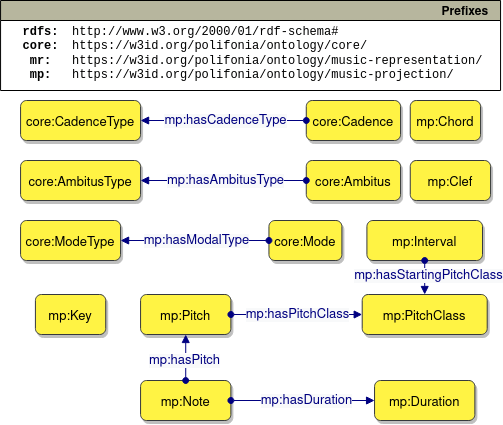
Above: diagrams/main_concepts.png in polifonia-project/music-projection-ontology (draw.io), before the change. Source tidied: cells renumbered, new cells last; positions are measured from the earlier drawing's top-left corner, leaving out a move shared by most shapes.
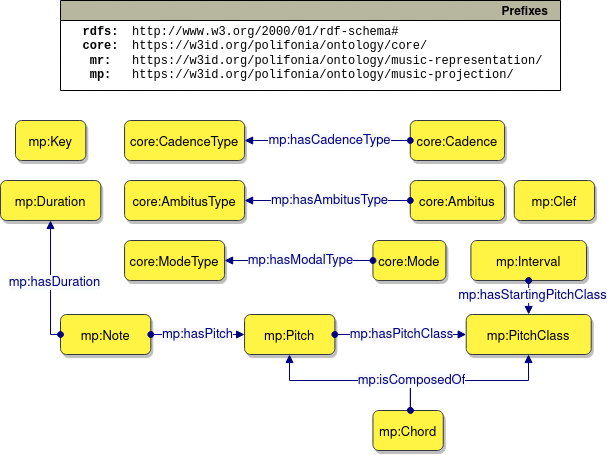
The same file after the commit.

Diff of the diagram source:
```diff
@@ -2,128 +2,154 @@
   <root>
     <mxCell id="0" />
     <mxCell id="1" parent="0" />
-    <mxCell id="2" value="mp:Note" style="graphMlID=n4;shape=rect;rounded=1;arcsize=30;fillColor=#FFF344;strokeColor=#36393d;strokeWidth=1.0;fontFamily=Helvetica;fontSize=13;shadow=1;" parent="1" vertex="1">
-      <mxGeometry x="140.1" y="380" width="90.3" height="40" as="geometry" />
+    <mxCell id="2" style="graphMlID=e0;rounded=0;endArrow=block;strokeColor=#000080;strokeWidth=1.0;startArrow=oval;startFill=1;endFill=1;edgeStyle=orthogonalEdgeStyle;fontFamily=Helvetica;" parent="1" edge="1" target="8">
+      <mxGeometry relative="1" as="geometry">
+        <mxPoint x="305.8" y="390" as="sourcePoint" />
+        <Array as="points">
+          <mxPoint x="306" y="360" />
+          <mxPoint x="424" y="360" />
+        </Array>
+      </mxGeometry>
     </mxCell>
-    <mxCell id="3" value="Prefixes" style="graphMlID=n0;shape=swimlane;startSize=20;fillColor=#b7b69e;strokeColor=#000000;strokeWidth=1.0;align=right;spacingRight=10;fontStyle=1;fontFamily=Helvetica;" parent="1" vertex="1">
-      <mxGeometry x="0.1" width="500" height="90" as="geometry" />
+    <mxCell id="3" value="mp:Note" style="graphMlID=n4;shape=rect;rounded=1;arcsize=30;fillColor=#FFF344;strokeColor=#36393d;strokeWidth=1.0;fontFamily=Helvetica;fontSize=13;shadow=1;" parent="1" vertex="1">
+      <mxGeometry x="-44" y="294" width="90.3" height="40" as="geometry" />
     </mxCell>
-    <mxCell id="4" value="&lt;div&gt;&lt;font style=&quot;font-weight: bold;&quot;&gt;rdfs:&lt;/font&gt;&lt;/div&gt;&lt;div&gt;&lt;font style=&quot;font-weight: bold;&quot;&gt;core:&lt;br&gt;&lt;/font&gt;&lt;/div&gt;&lt;b&gt;&lt;font&gt;mr:&lt;/font&gt;&lt;/b&gt;&lt;br&gt;&lt;b&gt;&lt;font&gt;mp:&lt;/font&gt;&lt;/b&gt;" style="text;html=1;align=center;verticalAlign=middle;fontFamily=Courier New;" parent="3" vertex="1">
-      <mxGeometry x="10" y="18" width="60" height="70" as="geometry" />
+    <mxCell id="4" value="Prefixes" style="graphMlID=n0;shape=swimlane;startSize=20;fillColor=#b7b69e;strokeColor=#000000;strokeWidth=1.0;align=right;spacingRight=10;fontStyle=1;fontFamily=Helvetica;" parent="1" vertex="1">
+      <mxGeometry x="-44" y="-20" width="500" height="90" as="geometry" />
     </mxCell>
-    <mxCell id="5" value="&lt;div&gt;&lt;font&gt;http://www.w3.org/2000/01/rdf-schema#&lt;/font&gt;&lt;span style=&quot;background-color: initial;&quot;&gt;&lt;br&gt;&lt;/span&gt;&lt;/div&gt;&lt;div&gt;&lt;font&gt;https://w3id.org/polifonia/ontology/core/&lt;/font&gt;&lt;/div&gt;&lt;div&gt;&lt;/div&gt;&lt;font&gt;https://w3id.org/polifonia/ontology/music-representation/&lt;br&gt;&lt;/font&gt;&lt;font&gt;https://w3id.org/polifonia/ontology/music-projection/&lt;/font&gt;" style="text;html=1;align=left;verticalAlign=middle;fontFamily=Courier New;" parent="3" vertex="1">
-      <mxGeometry x="70" y="18" width="430" height="70" as="geometry" />
+    <mxCell id="5" value="&lt;div&gt;&lt;font style=&quot;font-weight: bold;&quot;&gt;rdfs:&lt;/font&gt;&lt;/div&gt;&lt;div&gt;&lt;font style=&quot;font-weight: bold;&quot;&gt;core:&lt;br&gt;&lt;/font&gt;&lt;/div&gt;&lt;b&gt;&lt;font&gt;mr:&lt;/font&gt;&lt;/b&gt;&lt;br&gt;&lt;b&gt;&lt;font&gt;mp:&lt;/font&gt;&lt;/b&gt;" style="text;html=1;align=center;verticalAlign=middle;fontFamily=Courier New;" parent="4" vertex="1">
+      <mxGeometry x="10" y="18" width="60" height="70" as="geometry" />
     </mxCell>
-    <mxCell id="6" value="mp:Interval" style="graphMlID=n4;shape=rect;rounded=1;arcsize=30;fillColor=#FFF344;strokeColor=#36393d;strokeWidth=1.0;fontFamily=Helvetica;fontSize=13;shadow=1;" parent="1" vertex="1">
-      <mxGeometry x="366.4" y="220" width="115.6" height="40" as="geometry" />
+    <mxCell id="6" value="&lt;div&gt;&lt;font&gt;http://www.w3.org/2000/01/rdf-schema#&lt;/font&gt;&lt;span style=&quot;background-color: initial;&quot;&gt;&lt;br&gt;&lt;/span&gt;&lt;/div&gt;&lt;div&gt;&lt;font&gt;https://w3id.org/polifonia/ontology/core/&lt;/font&gt;&lt;/div&gt;&lt;div&gt;&lt;/div&gt;&lt;font&gt;https://w3id.org/polifonia/ontology/music-representation/&lt;br&gt;&lt;/font&gt;&lt;font&gt;https://w3id.org/polifonia/ontology/music-projection/&lt;/font&gt;" style="text;html=1;align=left;verticalAlign=middle;points=[];fontFamily=Courier New;" parent="4" vertex="1">
+      <mxGeometry x="70" y="18" width="430" height="70" as="geometry" />
     </mxCell>
-    <mxCell id="7" value="mp:PitchClass" style="graphMlID=n4;shape=rect;rounded=1;arcsize=30;fillColor=#FFF344;strokeColor=#36393d;strokeWidth=1.0;fontFamily=Helvetica;fontSize=13;shadow=1;" parent="1" vertex="1">
-      <mxGeometry x="361.7" y="294" width="125" height="40" as="geometry" />
+    <mxCell id="7" value="mp:Interval" style="graphMlID=n4;shape=rect;rounded=1;arcsize=30;fillColor=#FFF344;strokeColor=#36393d;strokeWidth=1.0;fontFamily=Helvetica;fontSize=13;shadow=1;" parent="1" vertex="1">
+      <mxGeometry x="366.4" y="220" width="115.6" height="40" as="geometry" />
     </mxCell>
-    <mxCell id="8" value="mp:Pitch" style="graphMlID=n4;shape=rect;rounded=1;arcsize=30;fillColor=#FFF344;strokeColor=#36393d;strokeWidth=1.0;fontFamily=Helvetica;fontSize=13;shadow=1;" parent="1" vertex="1">
-      <mxGeometry x="140.1" y="294" width="90.3" height="40" as="geometry" />
+    <mxCell id="8" value="mp:PitchClass" style="graphMlID=n4;shape=rect;rounded=1;arcsize=30;fillColor=#FFF344;strokeColor=#36393d;strokeWidth=1.0;fontFamily=Helvetica;fontSize=13;shadow=1;" parent="1" vertex="1">
+      <mxGeometry x="361.7" y="294" width="125" height="40" as="geometry" />
     </mxCell>
-    <mxCell id="9" style="graphMlID=e0;rounded=0;endArrow=block;strokeColor=#000080;strokeWidth=1.0;startArrow=oval;startFill=1;endFill=1;edgeStyle=orthogonalEdgeStyle;fontFamily=Helvetica;" parent="1" edge="1" source="8" target="7">
-      <mxGeometry relative="1" as="geometry">
-        <Array as="points">
-          <mxPoint x="216.4" y="314" />
-          <mxPoint x="216.4" y="314" />
-        </Array>
-      </mxGeometry>
+    <mxCell id="9" value="mp:Pitch" style="graphMlID=n4;shape=rect;rounded=1;arcsize=30;fillColor=#FFF344;strokeColor=#36393d;strokeWidth=1.0;fontFamily=Helvetica;fontSize=13;shadow=1;" parent="1" vertex="1">
+      <mxGeometry x="140.1" y="294" width="90.3" height="40" as="geometry" />
     </mxCell>
-    <mxCell id="10" value="&lt;span style=&quot;color: rgb(0, 0, 128); font-size: 13px; background-color: rgb(248, 249, 250);&quot;&gt;mp:hasPitchClass&lt;/span&gt;" style="text;html=1;align=center;verticalAlign=middle;labelBackgroundColor=#ffffff;fontSize=13;fontFamily=Helvetica;" parent="9" vertex="1">
-      <mxGeometry x="-0.02" y="2" relative="1" as="geometry">
-        <mxPoint x="2" y="2" as="offset" />
+    <mxCell id="10" style="graphMlID=e0;rounded=0;endArrow=block;strokeColor=#000080;strokeWidth=1.0;startArrow=oval;startFill=1;endFill=1;edgeStyle=orthogonalEdgeStyle;fontFamily=Helvetica;" parent="1" edge="1" source="9" target="8">
+      <mxGeometry relative="1" as="geometry">
+        <Array as="points">
+          <mxPoint x="216.4" y="314" />
+          <mxPoint x="216.4" y="314" />
+        </Array>
       </mxGeometry>
     </mxCell>
-    <mxCell id="11" style="graphMlID=e0;rounded=0;endArrow=block;strokeColor=#000080;strokeWidth=1.0;startArrow=oval;startFill=1;endFill=1;edgeStyle=orthogonalEdgeStyle;fontFamily=Helvetica;" parent="1" edge="1" source="2" target="8">
-      <mxGeometry relative="1" as="geometry">
-        <Array as="points">
-          <mxPoint x="156.4" y="384" />
-          <mxPoint x="156.4" y="384" />
-        </Array>
+    <mxCell id="11" value="&lt;span style=&quot;color: rgb(0, 0, 128); font-size: 13px; background-color: rgb(248, 249, 250);&quot;&gt;mp:hasPitchClass&lt;/span&gt;" style="text;html=1;align=center;verticalAlign=middle;labelBackgroundColor=#ffffff;fontSize=13;fontFamily=Helvetica;" parent="10" vertex="1">
+      <mxGeometry x="-0.02" y="2" relative="1" as="geometry">
+        <mxPoint x="2" y="2" as="offset" />
       </mxGeometry>
     </mxCell>
-    <mxCell id="12" value="&lt;span style=&quot;color: rgb(0, 0, 128); font-size: 13px; background-color: rgb(248, 249, 250);&quot;&gt;mp:hasPitch&lt;/span&gt;" style="text;html=1;align=center;verticalAlign=middle;labelBackgroundColor=#ffffff;fontSize=13;fontFamily=Helvetica;" parent="11" vertex="1">
-      <mxGeometry x="-0.02" y="2" relative="1" as="geometry">
-        <mxPoint y="2" as="offset" />
+    <mxCell id="12" style="graphMlID=e0;rounded=0;endArrow=block;strokeColor=#000080;strokeWidth=1.0;startArrow=oval;startFill=1;endFill=1;edgeStyle=orthogonalEdgeStyle;fontFamily=Helvetica;" parent="1" edge="1" source="3" target="9">
+      <mxGeometry relative="1" as="geometry">
+        <Array as="points">
+          <mxPoint x="86" y="314" />
+          <mxPoint x="86" y="314" />
+        </Array>
       </mxGeometry>
     </mxCell>
-    <mxCell id="13" value="mp:Duration" style="graphMlID=n4;shape=rect;rounded=1;arcsize=30;fillColor=#FFF344;strokeColor=#36393d;strokeWidth=1.0;fontFamily=Helvetica;fontSize=13;shadow=1;" parent="1" vertex="1">
-      <mxGeometry x="374.1" y="380" width="100.3" height="40" as="geometry" />
+    <mxCell id="13" value="&lt;span style=&quot;color: rgb(0, 0, 128); font-size: 13px; background-color: rgb(248, 249, 250);&quot;&gt;mp:hasPitch&lt;/span&gt;" style="text;html=1;align=center;verticalAlign=middle;points=[];labelBackgroundColor=#ffffff;fontSize=13;fontFamily=Helvetica;" parent="12" vertex="1">
+      <mxGeometry x="-0.02" y="2" relative="1" as="geometry">
+        <mxPoint y="2" as="offset" />
+      </mxGeometry>
     </mxCell>
-    <mxCell id="14" style="graphMlID=e0;rounded=0;endArrow=block;strokeColor=#000080;strokeWidth=1.0;startArrow=oval;startFill=1;endFill=1;edgeStyle=orthogonalEdgeStyle;fontFamily=Helvetica;" parent="1" edge="1" source="2" target="13">
-      <mxGeometry relative="1" as="geometry" />
+    <mxCell id="14" value="mp:Duration" style="graphMlID=n4;shape=rect;rounded=1;arcsize=30;fillColor=#FFF344;strokeColor=#36393d;strokeWidth=1.0;fontFamily=Helvetica;fontSize=13;shadow=1;" parent="1" vertex="1">
+      <mxGeometry x="-104" y="160" width="100.3" height="40" as="geometry" />
     </mxCell>
-    <mxCell id="15" value="&lt;span style=&quot;color: rgb(0, 0, 128); font-size: 13px; background-color: rgb(248, 249, 250);&quot;&gt;mp:hasDuration&lt;/span&gt;" style="text;html=1;align=center;verticalAlign=middle;labelBackgroundColor=#ffffff;fontSize=13;fontFamily=Helvetica;" parent="14" vertex="1">
-      <mxGeometry x="-0.02" y="2" relative="1" as="geometry">
-        <mxPoint x="5" y="2" as="offset" />
+    <mxCell id="15" style="graphMlID=e0;rounded=0;endArrow=block;strokeColor=#000080;strokeWidth=1.0;startArrow=oval;startFill=1;endFill=1;edgeStyle=orthogonalEdgeStyle;fontFamily=Helvetica;" parent="1" edge="1" source="3" target="14">
+      <mxGeometry relative="1" as="geometry">
+        <Array as="points">
+          <mxPoint x="-54" y="314" />
+        </Array>
       </mxGeometry>
     </mxCell>
-    <mxCell id="16" value="mp:Clef" style="graphMlID=n4;shape=rect;rounded=1;arcsize=30;fillColor=#FFF344;strokeColor=#36393d;strokeWidth=1.0;fontFamily=Helvetica;fontSize=13;shadow=1;" parent="1" vertex="1">
-      <mxGeometry x="409.8" y="160" width="80.3" height="40" as="geometry" />
+    <mxCell id="16" value="&lt;span style=&quot;color: rgb(0, 0, 128); font-size: 13px; background-color: rgb(248, 249, 250);&quot;&gt;mp:hasDuration&lt;/span&gt;" style="text;html=1;align=center;verticalAlign=middle;labelBackgroundColor=#ffffff;fontSize=13;fontFamily=Helvetica;" parent="15" vertex="1">
+      <mxGeometry x="-0.02" y="2" relative="1" as="geometry">
+        <mxPoint x="6" y="-2" as="offset" />
+      </mxGeometry>
     </mxCell>
-    <mxCell id="17" value="core:Mode" style="graphMlID=n4;shape=rect;rounded=1;arcsize=30;fillColor=#FFF344;strokeColor=#36393d;strokeWidth=1.0;fontFamily=Helvetica;fontSize=13;shadow=1;" parent="1" vertex="1">
-      <mxGeometry x="268.4" y="220" width="73" height="40" as="geometry" />
+    <mxCell id="17" value="mp:Clef" style="graphMlID=n4;shape=rect;rounded=1;arcsize=30;fillColor=#FFF344;strokeColor=#36393d;strokeWidth=1.0;fontFamily=Helvetica;fontSize=13;shadow=1;" parent="1" vertex="1">
+      <mxGeometry x="409.8" y="160" width="80.3" height="40" as="geometry" />
     </mxCell>
-    <mxCell id="18" value="core:ModeType" style="graphMlID=n4;shape=rect;rounded=1;arcsize=30;fillColor=#FFF344;strokeColor=#36393d;strokeWidth=1.0;fontFamily=Helvetica;fontSize=13;shadow=1;" parent="1" vertex="1">
-      <mxGeometry x="20.1" y="220" width="100" height="40" as="geometry" />
+    <mxCell id="18" value="core:Mode" style="graphMlID=n4;shape=rect;rounded=1;arcsize=30;fillColor=#FFF344;strokeColor=#36393d;strokeWidth=1.0;fontFamily=Helvetica;fontSize=13;shadow=1;" parent="1" vertex="1">
+      <mxGeometry x="268.4" y="220" width="73" height="40" as="geometry" />
     </mxCell>
-    <mxCell id="19" style="graphMlID=e0;rounded=0;endArrow=block;strokeColor=#000080;strokeWidth=1.0;startArrow=oval;startFill=1;endFill=1;edgeStyle=orthogonalEdgeStyle;fontFamily=Helvetica;" parent="1" edge="1" source="17" target="18">
-      <mxGeometry relative="1" as="geometry" />
+    <mxCell id="19" value="core:ModeType" style="graphMlID=n4;shape=rect;rounded=1;arcsize=30;fillColor=#FFF344;strokeColor=#36393d;strokeWidth=1.0;fontFamily=Helvetica;fontSize=13;shadow=1;" parent="1" vertex="1">
+      <mxGeometry x="20.1" y="220" width="100" height="40" as="geometry" />
     </mxCell>
-    <mxCell id="20" value="&lt;span style=&quot;color: rgb(0, 0, 128); font-size: 13px; background-color: rgb(248, 249, 250);&quot;&gt;mp:hasModalType&lt;/span&gt;" style="text;html=1;align=center;verticalAlign=middle;labelBackgroundColor=#ffffff;fontSize=13;fontFamily=Helvetica;" parent="19" vertex="1">
-      <mxGeometry x="-0.02" y="2" relative="1" as="geometry">
-        <mxPoint y="-2" as="offset" />
-      </mxGeometry>
+    <mxCell id="20" style="graphMlID=e0;rounded=0;endArrow=block;strokeColor=#000080;strokeWidth=1.0;startArrow=oval;startFill=1;endFill=1;edgeStyle=orthogonalEdgeStyle;fontFamily=Helvetica;" parent="1" edge="1" source="18" target="19">
+      <mxGeometry relative="1" as="geometry" />
     </mxCell>
-    <mxCell id="21" value="core:Cadence" style="graphMlID=n4;shape=rect;rounded=1;arcsize=30;fillColor=#FFF344;strokeColor=#36393d;strokeWidth=1.0;fontFamily=Helvetica;fontSize=13;shadow=1;" parent="1" vertex="1">
-      <mxGeometry x="305.8" y="100" width="94.3" height="40" as="geometry" />
+    <mxCell id="21" value="&lt;span style=&quot;color: rgb(0, 0, 128); font-size: 13px; background-color: rgb(248, 249, 250);&quot;&gt;mp:hasModalType&lt;/span&gt;" style="text;html=1;align=center;verticalAlign=middle;points=[];labelBackgroundColor=#ffffff;fontSize=13;fontFamily=Helvetica;" parent="20" vertex="1">
+      <mxGeometry x="-0.02" y="2" relative="1" as="geometry">
+        <mxPoint y="-2" as="offset" />
+      </mxGeometry>
     </mxCell>
-    <mxCell id="22" value="core:CadenceType" style="graphMlID=n4;shape=rect;rounded=1;arcsize=30;fillColor=#FFF344;strokeColor=#36393d;strokeWidth=1.0;fontFamily=Helvetica;fontSize=13;shadow=1;" parent="1" vertex="1">
-      <mxGeometry x="20.1" y="100" width="120" height="40" as="geometry" />
+    <mxCell id="22" value="core:Cadence" style="graphMlID=n4;shape=rect;rounded=1;arcsize=30;fillColor=#FFF344;strokeColor=#36393d;strokeWidth=1.0;fontFamily=Helvetica;fontSize=13;shadow=1;" parent="1" vertex="1">
+      <mxGeometry x="305.8" y="100" width="94.3" height="40" as="geometry" />
     </mxCell>
-    <mxCell id="23" style="graphMlID=e0;rounded=0;endArrow=block;strokeColor=#000080;strokeWidth=1.0;startArrow=oval;startFill=1;endFill=1;edgeStyle=orthogonalEdgeStyle;fontFamily=Helvetica;" parent="1" edge="1" source="21" target="22">
-      <mxGeometry relative="1" as="geometry" />
+    <mxCell id="23" value="core:CadenceType" style="graphMlID=n4;shape=rect;rounded=1;arcsize=30;fillColor=#FFF344;strokeColor=#36393d;strokeWidth=1.0;fontFamily=Helvetica;fontSize=13;shadow=1;" parent="1" vertex="1">
+      <mxGeometry x="20.1" y="100" width="120" height="40" as="geometry" />
     </mxCell>
-    <mxCell id="24" value="&lt;span style=&quot;color: rgb(0, 0, 128); font-size: 13px; background-color: rgb(248, 249, 250);&quot;&gt;mp:hasCadenceType&lt;/span&gt;" style="text;html=1;align=center;verticalAlign=middle;labelBackgroundColor=#ffffff;fontSize=13;fontFamily=Helvetica;" parent="23" vertex="1">
-      <mxGeometry x="-0.02" y="2" relative="1" as="geometry">
-        <mxPoint y="-2" as="offset" />
-      </mxGeometry>
+    <mxCell id="24" style="graphMlID=e0;rounded=0;endArrow=block;strokeColor=#000080;strokeWidth=1.0;startArrow=oval;startFill=1;endFill=1;edgeStyle=orthogonalEdgeStyle;fontFamily=Helvetica;" parent="1" edge="1" source="22" target="23">
+      <mxGeometry relative="1" as="geometry" />
     </mxCell>
-    <mxCell id="25" value="core:Ambitus" style="graphMlID=n4;shape=rect;rounded=1;arcsize=30;fillColor=#FFF344;strokeColor=#36393d;strokeWidth=1.0;fontFamily=Helvetica;fontSize=13;shadow=1;" parent="1" vertex="1">
-      <mxGeometry x="305.8" y="160" width="94.3" height="40" as="geometry" />
+    <mxCell id="25" value="&lt;span style=&quot;color: rgb(0, 0, 128); font-size: 13px; background-color: rgb(248, 249, 250);&quot;&gt;mp:hasCadenceType&lt;/span&gt;" style="text;html=1;align=center;verticalAlign=middle;points=[];labelBackgroundColor=#ffffff;fontSize=13;fontFamily=Helvetica;" parent="24" vertex="1">
+      <mxGeometry x="-0.02" y="2" relative="1" as="geometry">
+        <mxPoint y="-2" as="offset" />
+      </mxGeometry>
     </mxCell>
-    <mxCell id="26" value="core:AmbitusType" style="graphMlID=n4;shape=rect;rounded=1;arcsize=30;fillColor=#FFF344;strokeColor=#36393d;strokeWidth=1.0;fontFamily=Helvetica;fontSize=13;shadow=1;" parent="1" vertex="1">
-      <mxGeometry x="20.1" y="160" width="120" height="40" as="geometry" />
+    <mxCell id="26" value="core:Ambitus" style="graphMlID=n4;shape=rect;rounded=1;arcsize=30;fillColor=#FFF344;strokeColor=#36393d;strokeWidth=1.0;fontFamily=Helvetica;fontSize=13;shadow=1;" parent="1" vertex="1">
+      <mxGeometry x="305.8" y="160" width="94.3" height="40" as="geometry" />
     </mxCell>
-    <mxCell id="27" style="graphMlID=e0;rounded=0;endArrow=block;strokeColor=#000080;strokeWidth=1.0;startArrow=oval;startFill=1;endFill=1;edgeStyle=orthogonalEdgeStyle;fontFamily=Helvetica;" parent="1" edge="1" source="25" target="26">
-      <mxGeometry relative="1" as="geometry" />
+    <mxCell id="27" value="core:AmbitusType" style="graphMlID=n4;shape=rect;rounded=1;arcsize=30;fillColor=#FFF344;strokeColor=#36393d;strokeWidth=1.0;fontFamily=Helvetica;fontSize=13;shadow=1;" parent="1" vertex="1">
+      <mxGeometry x="20.1" y="160" width="120" height="40" as="geometry" />
     </mxCell>
-    <mxCell id="28" value="&lt;span style=&quot;color: rgb(0, 0, 128); font-size: 13px; background-color: rgb(248, 249, 250);&quot;&gt;mp:hasAmbitusType&lt;/span&gt;" style="text;html=1;align=center;verticalAlign=middle;labelBackgroundColor=#ffffff;fontSize=13;fontFamily=Helvetica;" parent="27" vertex="1">
-      <mxGeometry x="-0.02" y="2" relative="1" as="geometry">
-        <mxPoint y="-2" as="offset" />
-      </mxGeometry>
+    <mxCell id="28" style="graphMlID=e0;rounded=0;endArrow=block;strokeColor=#000080;strokeWidth=1.0;startArrow=oval;startFill=1;endFill=1;edgeStyle=orthogonalEdgeStyle;fontFamily=Helvetica;" parent="1" edge="1" source="26" target="27">
+      <mxGeometry relative="1" as="geometry" />
     </mxCell>
-    <mxCell id="29" value="mp:Key" style="graphMlID=n4;shape=rect;rounded=1;arcsize=30;fillColor=#FFF344;strokeColor=#36393d;strokeWidth=1.0;fontFamily=Helvetica;fontSize=13;shadow=1;" parent="1" vertex="1">
-      <mxGeometry x="34.9" y="294" width="70.3" height="40" as="geometry" />
+    <mxCell id="29" value="&lt;span style=&quot;color: rgb(0, 0, 128); font-size: 13px; background-color: rgb(248, 249, 250);&quot;&gt;mp:hasAmbitusType&lt;/span&gt;" style="text;html=1;align=center;verticalAlign=middle;labelBackgroundColor=#ffffff;fontSize=13;fontFamily=Helvetica;" parent="28" vertex="1">
+      <mxGeometry x="-0.02" y="2" relative="1" as="geometry">
+        <mxPoint y="-2" as="offset" />
+      </mxGeometry>
     </mxCell>
-    <mxCell id="30" style="graphMlID=e0;rounded=0;endArrow=block;strokeColor=#000080;strokeWidth=1.0;startArrow=oval;startFill=1;endFill=1;edgeStyle=orthogonalEdgeStyle;fontFamily=Helvetica;" parent="1" edge="1" source="6" target="7">
-      <mxGeometry relative="1" as="geometry" />
+    <mxCell id="30" value="mp:Key" style="graphMlID=n4;shape=rect;rounded=1;arcsize=30;fillColor=#FFF344;strokeColor=#36393d;strokeWidth=1.0;fontFamily=Helvetica;fontSize=13;shadow=1;" parent="1" vertex="1">
+      <mxGeometry x="-89" y="100" width="70.3" height="40" as="geometry" />
     </mxCell>
-    <mxCell id="31" value="&lt;span style=&quot;color: rgb(0, 0, 128); font-size: 13px; background-color: rgb(248, 249, 250);&quot;&gt;mp:hasStartingPitchClass&lt;/span&gt;" style="text;html=1;align=center;verticalAlign=middle;labelBackgroundColor=#ffffff;fontSize=13;fontFamily=Helvetica;" parent="30" vertex="1">
-      <mxGeometry x="-0.02" y="2" relative="1" as="geometry">
-        <mxPoint x="1" y="-2" as="offset" />
-      </mxGeometry>
+    <mxCell id="31" style="graphMlID=e0;rounded=0;endArrow=block;strokeColor=#000080;strokeWidth=1.0;startArrow=oval;startFill=1;endFill=1;edgeStyle=orthogonalEdgeStyle;fontFamily=Helvetica;" parent="1" edge="1" source="7" target="8">
+      <mxGeometry relative="1" as="geometry" />
     </mxCell>
-    <mxCell id="32" value="mp:Chord" style="graphMlID=n4;shape=rect;rounded=1;arcsize=30;fillColor=#FFF344;strokeColor=#36393d;strokeWidth=1.0;fontFamily=Helvetica;fontSize=13;shadow=1;" parent="1" vertex="1">
-      <mxGeometry x="409.8" y="100" width="70.3" height="40" as="geometry" />
+    <mxCell id="32" value="&lt;span style=&quot;color: rgb(0, 0, 128); font-size: 13px; background-color: rgb(248, 249, 250);&quot;&gt;mp:hasStartingPitchClass&lt;/span&gt;" style="text;html=1;align=center;verticalAlign=middle;labelBackgroundColor=#ffffff;fontSize=13;fontFamily=Helvetica;" parent="31" vertex="1">
+      <mxGeometry x="-0.02" y="2" relative="1" as="geometry">
+        <mxPoint x="1" y="-2" as="offset" />
+      </mxGeometry>
     </mxCell>
-    <mxCell id="33" style="edgeStyle=orthogonalEdgeStyle;rounded=0;orthogonalLoop=1;jettySize=auto;html=1;exitX=0.5;exitY=1;exitDx=0;exitDy=0;" parent="1" edge="1">
-      <mxGeometry relative="1" as="geometry">
-        <mxPoint x="250.1" y="90" as="sourcePoint" />
-        <mxPoint x="250.1" y="90" as="targetPoint" />
-      </mxGeometry>
+    <mxCell id="33" value="mp:Chord" style="graphMlID=n4;shape=rect;rounded=1;arcsize=30;fillColor=#FFF344;strokeColor=#36393d;strokeWidth=1.0;fontFamily=Helvetica;fontSize=13;shadow=1;" parent="1" vertex="1">
+      <mxGeometry x="268.4" y="390" width="70.3" height="40" as="geometry" />
     </mxCell>
+    <mxCell id="34" style="edgeStyle=orthogonalEdgeStyle;rounded=0;orthogonalLoop=1;jettySize=auto;html=1;exitX=0.5;exitY=1;exitDx=0;exitDy=0;" parent="1" edge="1">
+      <mxGeometry relative="1" as="geometry">
+        <mxPoint x="250.1" y="90" as="sourcePoint" />
+        <mxPoint x="250.1" y="90" as="targetPoint" />
+      </mxGeometry>
+    </mxCell>
+    <mxCell id="35" style="graphMlID=e0;rounded=0;endArrow=block;strokeColor=#000080;strokeWidth=1.0;startArrow=oval;startFill=1;endFill=1;edgeStyle=orthogonalEdgeStyle;fontFamily=Helvetica;" parent="1" edge="1" source="33" target="9">
+      <mxGeometry relative="1" as="geometry">
+        <Array as="points">
+          <mxPoint x="306" y="360" />
+          <mxPoint x="185" y="360" />
+        </Array>
+      </mxGeometry>
+    </mxCell>
+    <mxCell id="36" value="&lt;span style=&quot;color: rgb(0, 0, 128); font-size: 13px; background-color: rgb(248, 249, 250);&quot;&gt;mp:isComposedOf&lt;/span&gt;" style="text;html=1;align=center;verticalAlign=middle;labelBackgroundColor=#ffffff;fontSize=13;fontFamily=Helvetica;" parent="35" vertex="1">
+      <mxGeometry x="-0.02" y="2" relative="1" as="geometry">
+        <mxPoint x="57" y="-2" as="offset" />
+      </mxGeometry>
+    </mxCell>
   </root>
 </mxGraphModel>
```
